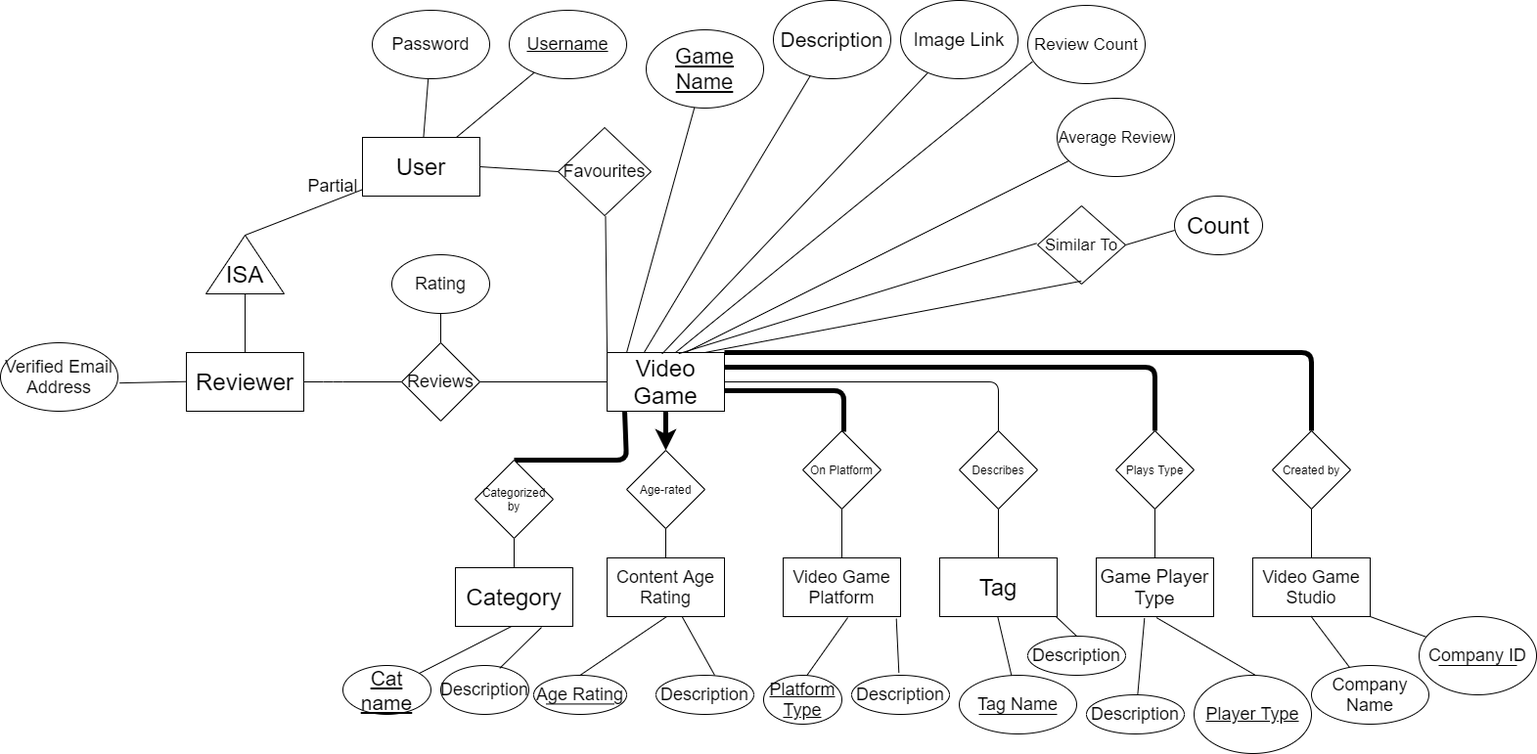
rkelly123/GameRecommender keeps this draw.io diagram as ER Diagram.png. Above is the earlier version. Source tidied: cells renumbered, new cells last; positions are measured from the earlier drawing's top-left corner, leaving out a move shared by most shapes.
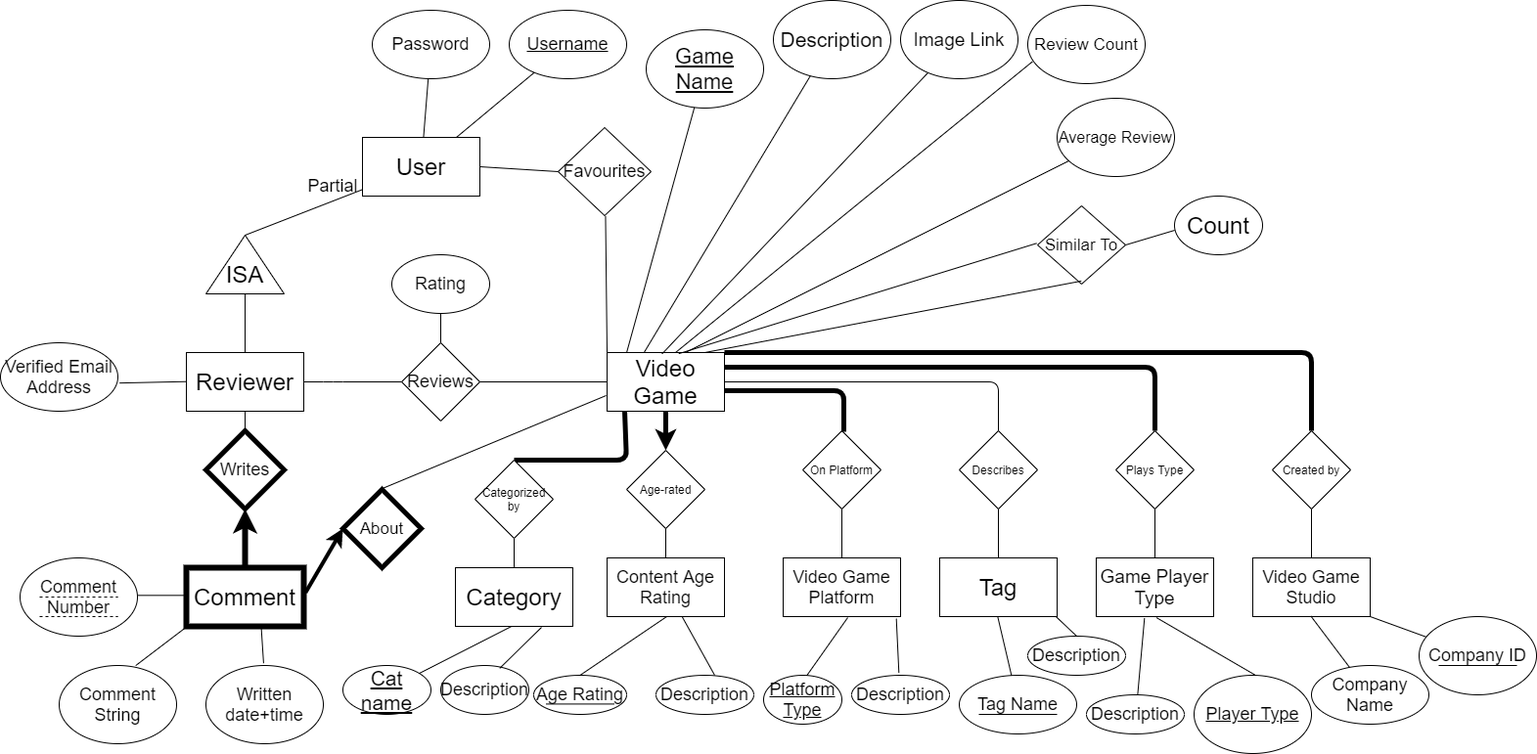
After the commit.

The edit, as a diff of the source:
```diff
@@ -132,6 +132,12 @@
         </Array>
       </mxGeometry>
     </mxCell>
+    <mxCell id="92" value="&lt;font style=&quot;font-size: 24px&quot;&gt;Comment&lt;/font&gt;" style="rounded=0;whiteSpace=wrap;html=1;strokeWidth=6;" parent="1" vertex="1">
+      <mxGeometry x="190" y="580" width="120" height="60" as="geometry" />
+    </mxCell>
+    <mxCell id="93" value="&lt;font style=&quot;font-size: 18px&quot;&gt;Writes&lt;/font&gt;" style="rhombus;whiteSpace=wrap;html=1;strokeWidth=5;" parent="1" vertex="1">
+      <mxGeometry x="210" y="440" width="80" height="80" as="geometry" />
+    </mxCell>
     <mxCell id="36" style="endArrow=none;html=1;exitX=1;exitY=0;exitDx=0;exitDy=0;strokeWidth=5;" parent="1" edge="1" source="6">
       <mxGeometry relative="1" as="geometry">
         <mxPoint x="1340" y="440" as="targetPoint" />
@@ -140,6 +146,12 @@
         </Array>
       </mxGeometry>
     </mxCell>
+    <mxCell id="94" style="endArrow=none;html=1;strokeWidth=1;entryX=0.5;entryY=1;entryDx=0;entryDy=0;exitX=0.5;exitY=0;exitDx=0;exitDy=0;" parent="1" edge="1" source="93" target="8">
+      <mxGeometry relative="1" as="geometry" />
+    </mxCell>
+    <mxCell id="95" style="endArrow=classic;html=1;strokeWidth=6;entryX=0.5;entryY=1;entryDx=0;entryDy=0;exitX=0.5;exitY=0;exitDx=0;exitDy=0;" parent="1" edge="1" source="92" target="93">
+      <mxGeometry relative="1" as="geometry" />
+    </mxCell>
     <mxCell id="37" value="Created by" style="rhombus;whiteSpace=wrap;html=1;" parent="1" vertex="1">
       <mxGeometry x="1300" y="440" width="80" height="80" as="geometry" />
     </mxCell>
@@ -226,6 +238,36 @@
     <mxCell id="62" style="endArrow=none;html=1;entryX=0.48;entryY=0.998;entryDx=0;entryDy=0;entryPerimeter=0;" parent="1" edge="1" source="61" target="3">
       <mxGeometry relative="1" as="geometry" />
     </mxCell>
+    <mxCell id="96" value="&lt;font style=&quot;font-size: 18px&quot;&gt;Comment String&lt;/font&gt;" style="ellipse;whiteSpace=wrap;html=1;" parent="1" vertex="1">
+      <mxGeometry x="60" y="680" width="120" height="80" as="geometry" />
+    </mxCell>
+    <mxCell id="97" value="&lt;font style=&quot;font-size: 18px&quot;&gt;Written date+time&lt;/font&gt;" style="ellipse;whiteSpace=wrap;html=1;" parent="1" vertex="1">
+      <mxGeometry x="210" y="680" width="120" height="80" as="geometry" />
+    </mxCell>
+    <mxCell id="98" value="&lt;font style=&quot;font-size: 18px&quot;&gt;Comment Number&lt;/font&gt;" style="ellipse;whiteSpace=wrap;html=1;" parent="1" vertex="1">
+      <mxGeometry x="20" y="570" width="120" height="80" as="geometry" />
+    </mxCell>
+    <mxCell id="99" style="endArrow=none;html=1;entryX=1.005;entryY=0.479;entryDx=0;entryDy=0;entryPerimeter=0;exitX=0;exitY=0.472;exitDx=0;exitDy=0;exitPerimeter=0;" parent="1" edge="1" source="92" target="98">
+      <mxGeometry relative="1" as="geometry" />
+    </mxCell>
+    <mxCell id="100" style="endArrow=none;html=1;exitX=0.652;exitY=0.001;exitDx=0;exitDy=0;exitPerimeter=0;entryX=0.02;entryY=0.981;entryDx=0;entryDy=0;entryPerimeter=0;" parent="1" edge="1" source="96" target="92">
+      <mxGeometry relative="1" as="geometry" />
+    </mxCell>
+    <mxCell id="101" style="endArrow=none;html=1;exitX=0.491;exitY=-0.029;exitDx=0;exitDy=0;exitPerimeter=0;entryX=0.638;entryY=1.021;entryDx=0;entryDy=0;entryPerimeter=0;" parent="1" edge="1" source="97" target="92">
+      <mxGeometry relative="1" as="geometry" />
+    </mxCell>
+    <mxCell id="102" style="endArrow=none;dashed=1;html=1;" parent="1" edge="1">
+      <mxGeometry relative="1" as="geometry">
+        <mxPoint x="40" y="610" as="sourcePoint" />
+        <mxPoint x="120" y="610" as="targetPoint" />
+      </mxGeometry>
+    </mxCell>
+    <mxCell id="103" style="endArrow=none;dashed=1;html=1;" parent="1" edge="1">
+      <mxGeometry relative="1" as="geometry">
+        <mxPoint x="40" y="630" as="sourcePoint" />
+        <mxPoint x="120" y="630" as="targetPoint" />
+      </mxGeometry>
+    </mxCell>
     <mxCell id="63" value="&lt;font style=&quot;font-size: 18px&quot;&gt;&lt;u&gt;Player Type&lt;/u&gt;&lt;/font&gt;" style="ellipse;whiteSpace=wrap;html=1;" parent="1" vertex="1">
       <mxGeometry x="1220" y="690" width="120" height="80" as="geometry" />
     </mxCell>
@@ -264,6 +306,17 @@
         <mxPoint x="720" y="360" as="sourcePoint" />
       </mxGeometry>
     </mxCell>
+    <mxCell id="104" value="&lt;font style=&quot;font-size: 17px&quot;&gt;About&lt;/font&gt;" style="rhombus;whiteSpace=wrap;html=1;strokeWidth=5;" parent="1" vertex="1">
+      <mxGeometry x="350" y="500" width="80" height="80" as="geometry" />
+    </mxCell>
+    <mxCell id="105" style="endArrow=none;html=1;entryX=-0.008;entryY=0.733;entryDx=0;entryDy=0;entryPerimeter=0;" parent="1" edge="1" target="6">
+      <mxGeometry relative="1" as="geometry">
+        <mxPoint x="388" y="500" as="sourcePoint" />
+      </mxGeometry>
+    </mxCell>
+    <mxCell id="106" style="endArrow=classic;html=1;exitX=1.015;exitY=0.424;exitDx=0;exitDy=0;exitPerimeter=0;entryX=0;entryY=0.5;entryDx=0;entryDy=0;entryPerimeter=0;strokeWidth=4;" parent="1" edge="1" source="92" target="104">
+      <mxGeometry relative="1" as="geometry" />
+    </mxCell>
     <mxCell id="74" value="&lt;font style=&quot;font-size: 17px&quot;&gt;Review Count&lt;/font&gt;" style="ellipse;whiteSpace=wrap;html=1;" parent="1" vertex="1">
       <mxGeometry x="1050" y="5" width="120" height="80" as="geometry" />
     </mxCell>
```
